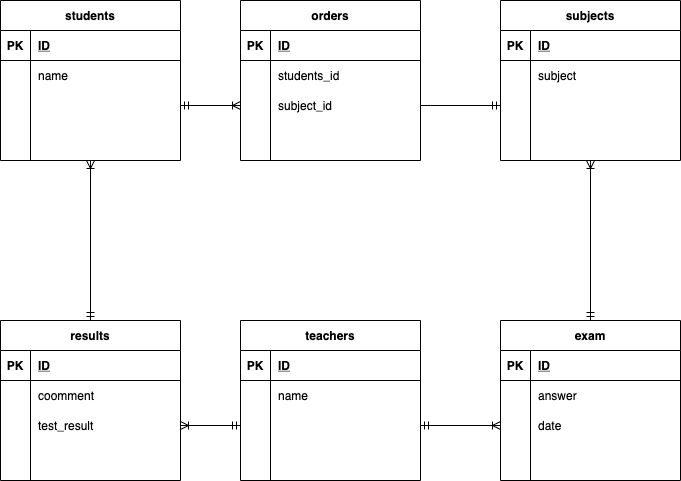
Earlier version of the draw.io export index.drawio.png (sakakurahayato/2021-11-17). Source tidied: cells renumbered, new cells last; positions are measured from the earlier drawing's top-left corner, leaving out a move shared by most shapes.
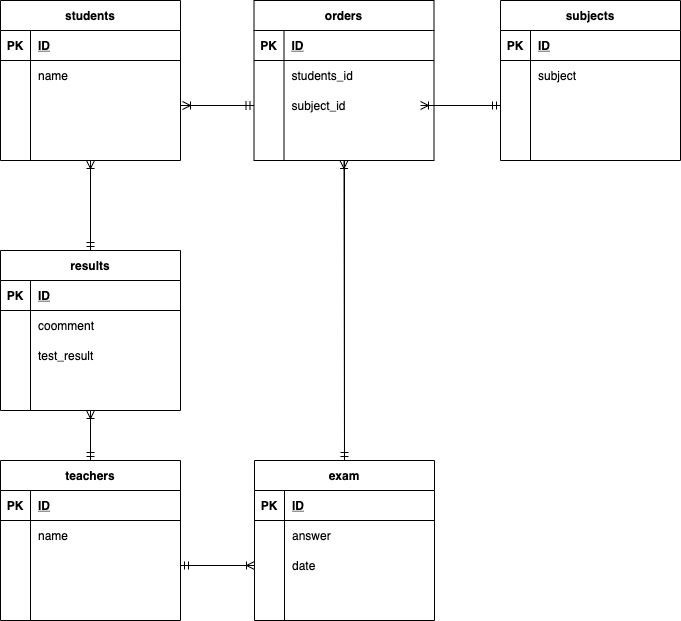
Above is the later version.

Change to the diagram source:
```diff
@@ -48,7 +48,7 @@
       <mxGeometry relative="1" as="geometry" />
     </mxCell>
     <mxCell id="17" value="results" style="shape=table;startSize=30;rowLines=0;fontStyle=1;align=center;" parent="1" vertex="1">
-      <mxGeometry y="320" width="180" height="160" as="geometry" />
+      <mxGeometry y="250" width="180" height="160" as="geometry" />
     </mxCell>
     <mxCell id="18" style="shape=partialRectangle;fillColor=none;top=0;left=0;bottom=1;right=0;" parent="17" vertex="1">
       <mxGeometry y="30" width="180" height="30" as="geometry" />
@@ -87,7 +87,7 @@
       <mxGeometry x="30" width="150" height="30" as="geometry" />
     </mxCell>
     <mxCell id="30" value="exam" style="shape=table;startSize=30;rowLines=0;fontStyle=1;align=center;" parent="1" vertex="1">
-      <mxGeometry x="500" y="320" width="180" height="160" as="geometry" />
+      <mxGeometry x="254" y="460" width="180" height="160" as="geometry" />
     </mxCell>
     <mxCell id="31" style="shape=partialRectangle;fillColor=none;top=0;left=0;bottom=1;right=0;" parent="30" vertex="1">
       <mxGeometry y="30" width="180" height="30" as="geometry" />
@@ -126,7 +126,7 @@
       <mxGeometry x="30" width="150" height="30" as="geometry" />
     </mxCell>
     <mxCell id="43" value="orders" style="shape=table;startSize=30;rowLines=0;fontStyle=1;align=center;" parent="1" vertex="1">
-      <mxGeometry x="240" width="180" height="160" as="geometry" />
+      <mxGeometry x="253.5" width="180" height="160" as="geometry" />
     </mxCell>
     <mxCell id="44" style="shape=partialRectangle;fillColor=none;top=0;left=0;bottom=1;right=0;" parent="43" vertex="1">
       <mxGeometry y="30" width="180" height="30" as="geometry" />
@@ -164,14 +164,11 @@
     <mxCell id="55" style="shape=partialRectangle;fillColor=none;top=0;left=0;bottom=0;right=0;align=left;spacingLeft=6;overflow=hidden;" parent="53" vertex="1">
       <mxGeometry x="30" width="150" height="30" as="geometry" />
     </mxCell>
-    <mxCell id="56" style="edgeStyle=orthogonalEdgeStyle;rounded=0;jettySize=auto;html=1;entryX=0;entryY=0.5;entryDx=0;entryDy=0;endArrow=ERoneToMany;endFill=0;" parent="1" edge="1" source="10" target="50">
+    <mxCell id="56" style="edgeStyle=orthogonalEdgeStyle;rounded=0;jettySize=auto;html=1;entryX=0;entryY=0.5;entryDx=0;entryDy=0;endArrow=ERmandOne;endFill=0;" parent="1" edge="1" source="10" target="50">
       <mxGeometry relative="1" as="geometry" />
     </mxCell>
-    <mxCell id="57" style="edgeStyle=orthogonalEdgeStyle;rounded=0;jettySize=auto;html=1;endArrow=ERmandOne;endFill=0;" parent="1" edge="1" source="50" target="10">
-      <mxGeometry relative="1" as="geometry" />
-    </mxCell>
     <mxCell id="58" value="teachers" style="shape=table;startSize=30;rowLines=0;fontStyle=1;align=center;" parent="1" vertex="1">
-      <mxGeometry x="240" y="320" width="180" height="160" as="geometry" />
+      <mxGeometry y="460" width="180" height="160" as="geometry" />
     </mxCell>
     <mxCell id="59" style="shape=partialRectangle;fillColor=none;top=0;left=0;bottom=1;right=0;" parent="58" vertex="1">
       <mxGeometry y="30" width="180" height="30" as="geometry" />
@@ -256,29 +253,45 @@
         </Array>
       </mxGeometry>
     </mxCell>
-    <mxCell id="85" style="endArrow=ERmandOne;html=1;rounded=0;exitX=1;exitY=0.5;exitDx=0;exitDy=0;entryX=0;entryY=0.5;entryDx=0;entryDy=0;endFill=0;" parent="1" edge="1" source="24" target="65">
-      <mxGeometry relative="1" as="geometry" />
+    <mxCell id="85" style="endArrow=ERmandOne;html=1;rounded=0;endFill=0;" parent="1" edge="1">
+      <mxGeometry relative="1" as="geometry">
+        <mxPoint x="90" y="410" as="sourcePoint" />
+        <mxPoint x="90" y="460" as="targetPoint" />
+      </mxGeometry>
     </mxCell>
-    <mxCell id="86" style="endArrow=ERoneToMany;html=1;rounded=0;entryX=1;entryY=0.5;entryDx=0;entryDy=0;endFill=0;" parent="1" edge="1" target="24">
+    <mxCell id="86" style="endArrow=ERoneToMany;html=1;rounded=0;endFill=0;" parent="1" edge="1">
       <mxGeometry relative="1" as="geometry">
-        <mxPoint x="240" y="425" as="sourcePoint" />
+        <mxPoint x="90" y="410" as="sourcePoint" />
+        <mxPoint x="90" y="410" as="targetPoint" />
+        <Array as="points">
+          <mxPoint x="90" y="460" />
+        </Array>
       </mxGeometry>
     </mxCell>
     <mxCell id="87" style="endArrow=ERoneToMany;html=1;rounded=0;entryX=0;entryY=0.5;entryDx=0;entryDy=0;exitX=1;exitY=0.5;exitDx=0;exitDy=0;endFill=0;" parent="1" edge="1" source="65" target="37">
       <mxGeometry relative="1" as="geometry" />
     </mxCell>
-    <mxCell id="88" style="endArrow=ERmandOne;html=1;rounded=0;entryX=1;entryY=0.5;entryDx=0;entryDy=0;endFill=0;" parent="1" edge="1" target="65">
-      <mxGeometry relative="1" as="geometry">
-        <mxPoint x="500" y="425" as="sourcePoint" />
-      </mxGeometry>
+    <mxCell id="88" style="endArrow=ERmandOne;html=1;rounded=0;entryX=1;entryY=0.5;entryDx=0;entryDy=0;endFill=0;exitX=0;exitY=0.5;exitDx=0;exitDy=0;" parent="1" edge="1" source="37" target="65">
+      <mxGeometry relative="1" as="geometry" />
     </mxCell>
-    <mxCell id="89" style="endArrow=ERoneToMany;html=1;rounded=0;entryX=0.5;entryY=1;entryDx=0;entryDy=0;exitX=0.5;exitY=0;exitDx=0;exitDy=0;endFill=0;" parent="1" edge="1" source="30" target="71">
-      <mxGeometry relative="1" as="geometry" />
-    </mxCell>
-    <mxCell id="90" style="endArrow=ERmandOne;html=1;rounded=0;entryX=0.5;entryY=0;entryDx=0;entryDy=0;endFill=0;" parent="1" edge="1" target="30">
-      <mxGeometry relative="1" as="geometry">
-        <mxPoint x="590" y="160" as="sourcePoint" />
-      </mxGeometry>
-    </mxCell>
+    <mxCell id="91" style="endArrow=ERoneToMany;html=1;rounded=0;endFill=0;exitX=0;exitY=0.5;exitDx=0;exitDy=0;" parent="1" edge="1" source="50">
+      <mxGeometry relative="1" as="geometry">
+        <mxPoint x="182" y="105" as="targetPoint" />
+      </mxGeometry>
+    </mxCell>
+    <mxCell id="92" style="endArrow=ERoneToMany;html=1;rounded=0;endFill=0;" parent="1" edge="1">
+      <mxGeometry relative="1" as="geometry">
+        <mxPoint x="500" y="105" as="sourcePoint" />
+        <mxPoint x="420" y="105" as="targetPoint" />
+      </mxGeometry>
+    </mxCell>
+    <mxCell id="93" style="endArrow=ERmandOne;html=1;rounded=0;entryX=0.5;entryY=0;entryDx=0;entryDy=0;endFill=0;" parent="1" edge="1" target="30">
+      <mxGeometry relative="1" as="geometry">
+        <mxPoint x="344" y="160" as="sourcePoint" />
+      </mxGeometry>
+    </mxCell>
+    <mxCell id="94" style="endArrow=ERoneToMany;html=1;rounded=0;exitX=0.5;exitY=0;exitDx=0;exitDy=0;endFill=0;entryX=0.5;entryY=1;entryDx=0;entryDy=0;" parent="1" edge="1" source="30" target="43">
+      <mxGeometry relative="1" as="geometry" />
+    </mxCell>
   </root>
 </mxGraphModel>
```
